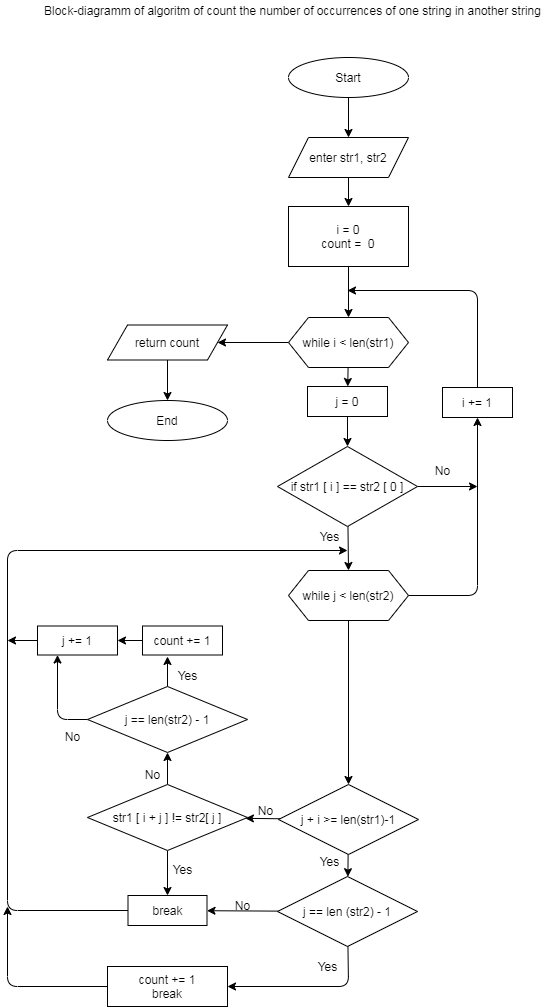
AbubakirovRA/Python keeps this draw.io diagram as 1. workshop 1/find_str.png. Above is the earlier version. Source tidied: cells renumbered, new cells last; positions are measured from the earlier drawing's top-left corner, leaving out a move shared by most shapes.
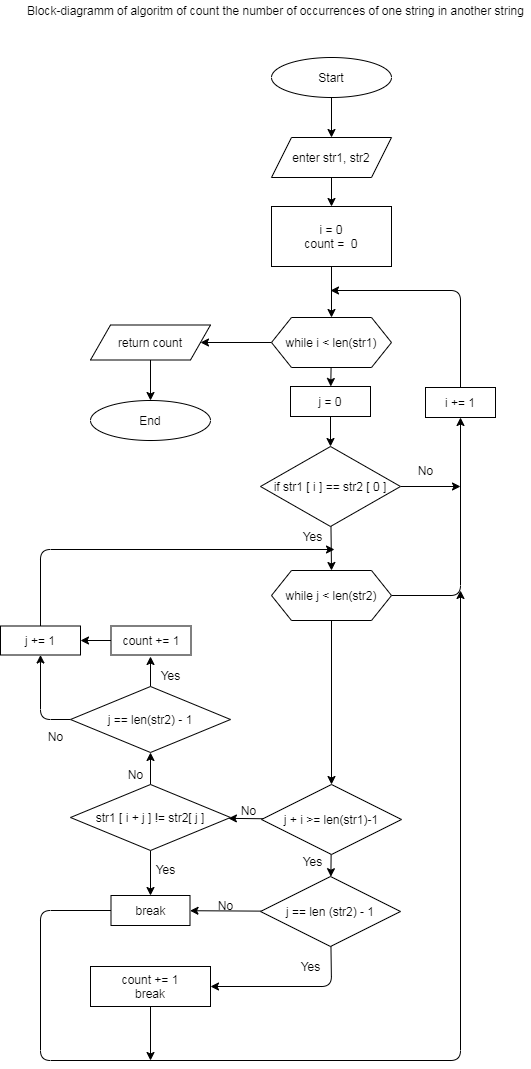
The same file after the commit.

Commit message:
add find_string

What changed in the source:
```diff
@@ -96,29 +96,27 @@
     <mxCell id="29" value="Yes" style="text;html=1;align=center;verticalAlign=middle;strokeColor=none;fillColor=none;" parent="1" vertex="1">
       <mxGeometry x="302" y="851" width="40" height="20" as="geometry" />
     </mxCell>
-    <mxCell id="30" style="edgeStyle=none;html=1;" parent="1" edge="1" source="31">
-      <mxGeometry relative="1" as="geometry">
-        <mxPoint y="906" as="targetPoint" />
-        <Array as="points">
-          <mxPoint y="986" />
-        </Array>
-      </mxGeometry>
-    </mxCell>
+    <mxCell id="55" style="edgeStyle=none;html=1;" parent="1" edge="1" source="31">
+      <mxGeometry relative="1" as="geometry">
+        <mxPoint x="160" y="1060" as="targetPoint" />
+      </mxGeometry>
+    </mxCell>
     <mxCell id="31" value="count += 1&lt;br&gt;break" style="whiteSpace=wrap;html=1;" parent="1" vertex="1">
       <mxGeometry x="100" y="966" width="120" height="40" as="geometry" />
     </mxCell>
     <mxCell id="32" value="Yes" style="text;html=1;align=center;verticalAlign=middle;strokeColor=none;fillColor=none;" parent="1" vertex="1">
       <mxGeometry x="300" y="956" width="40" height="20" as="geometry" />
     </mxCell>
-    <mxCell id="33" style="edgeStyle=none;html=1;exitX=0;exitY=0.5;exitDx=0;exitDy=0;" parent="1" edge="1" source="34">
-      <mxGeometry relative="1" as="geometry">
-        <mxPoint x="340" y="550" as="targetPoint" />
-        <Array as="points">
-          <mxPoint y="910" />
-          <mxPoint y="550" />
-        </Array>
-      </mxGeometry>
-    </mxCell>
+    <mxCell id="56" style="edgeStyle=none;html=1;" parent="1" edge="1" source="34">
+      <mxGeometry relative="1" as="geometry">
+        <mxPoint x="470" y="590" as="targetPoint" />
+        <Array as="points">
+          <mxPoint x="50" y="910" />
+          <mxPoint x="50" y="1060" />
+          <mxPoint x="470" y="1060" />
+        </Array>
+      </mxGeometry>
+    </mxCell>
     <mxCell id="34" value="break" style="whiteSpace=wrap;html=1;" parent="1" vertex="1">
       <mxGeometry x="120.5" y="895" width="79" height="30" as="geometry" />
     </mxCell>
@@ -130,7 +128,7 @@
         <mxPoint x="160" y="656" as="targetPoint" />
       </mxGeometry>
     </mxCell>
-    <mxCell id="37" style="edgeStyle=none;html=1;entryX=0.25;entryY=1;entryDx=0;entryDy=0;" parent="1" edge="1" source="38" target="49">
+    <mxCell id="37" style="edgeStyle=none;html=1;entryX=0.5;entryY=1;entryDx=0;entryDy=0;" parent="1" edge="1" source="38" target="49">
       <mxGeometry relative="1" as="geometry">
         <Array as="points">
           <mxPoint x="50" y="719" />
@@ -162,18 +160,20 @@
       <mxGeometry relative="1" as="geometry" />
     </mxCell>
     <mxCell id="46" value="&lt;span&gt;count += 1&lt;/span&gt;" style="whiteSpace=wrap;html=1;" parent="1" vertex="1">
-      <mxGeometry x="135" y="625.5" width="80" height="29" as="geometry" />
+      <mxGeometry x="120.5" y="625.5" width="80" height="29" as="geometry" />
     </mxCell>
     <mxCell id="47" value="Yes" style="text;html=1;align=center;verticalAlign=middle;strokeColor=none;fillColor=none;" parent="1" vertex="1">
       <mxGeometry x="159.5" y="665" width="40" height="20" as="geometry" />
     </mxCell>
-    <mxCell id="48" style="edgeStyle=none;html=1;" parent="1" edge="1" source="49">
-      <mxGeometry relative="1" as="geometry">
-        <mxPoint y="640" as="targetPoint" />
-      </mxGeometry>
-    </mxCell>
+    <mxCell id="57" style="edgeStyle=none;html=1;entryX=1.05;entryY=1.15;entryDx=0;entryDy=0;entryPerimeter=0;" parent="1" edge="1" source="49" target="22">
+      <mxGeometry relative="1" as="geometry">
+        <Array as="points">
+          <mxPoint x="50" y="549" />
+        </Array>
+      </mxGeometry>
+    </mxCell>
     <mxCell id="49" value="&lt;span&gt;j += 1&lt;/span&gt;" style="whiteSpace=wrap;html=1;" parent="1" vertex="1">
-      <mxGeometry x="30" y="625.5" width="80" height="29" as="geometry" />
+      <mxGeometry x="10" y="625.5" width="80" height="29" as="geometry" />
     </mxCell>
     <mxCell id="50" value="No" style="text;html=1;align=center;verticalAlign=middle;strokeColor=none;fillColor=none;" parent="1" vertex="1">
       <mxGeometry x="50" y="726" width="30" height="20" as="geometry" />
```
